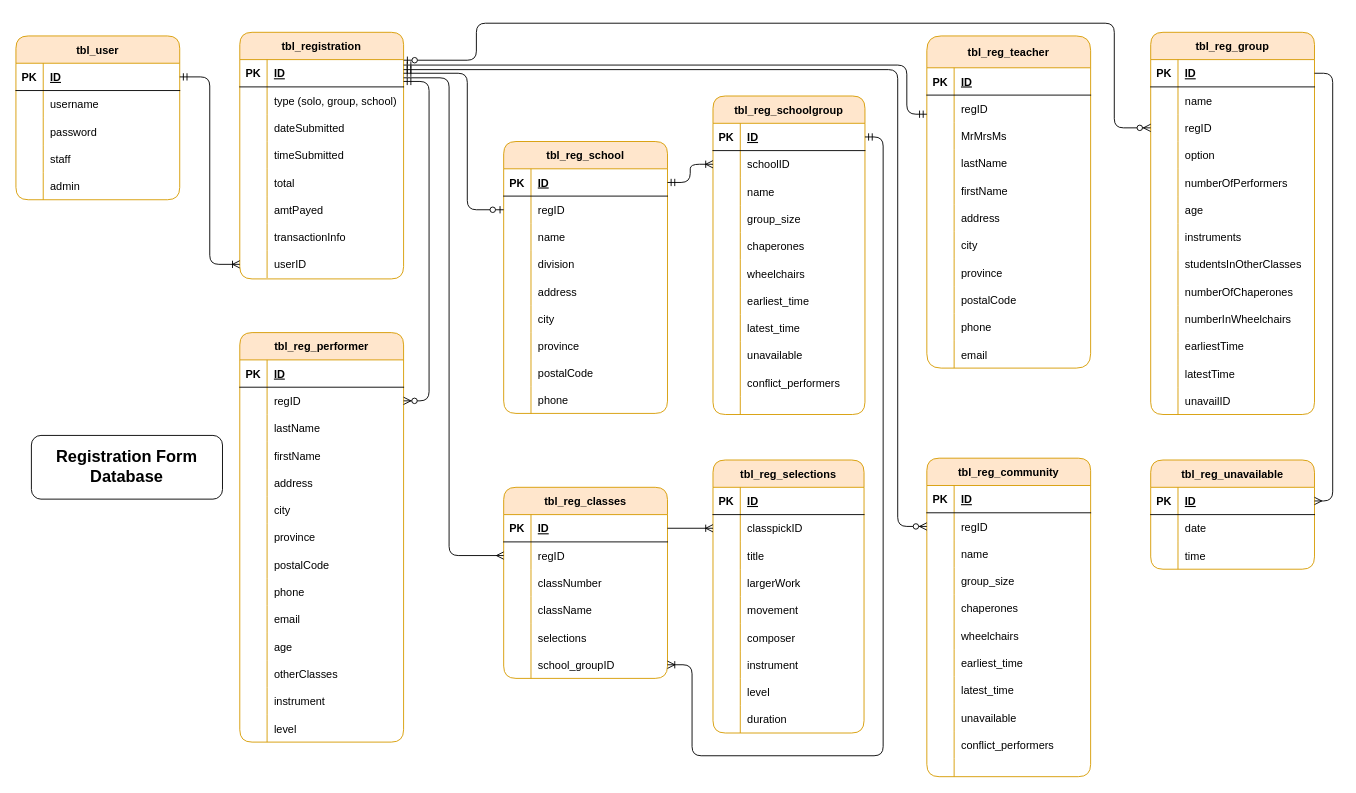
This is page "Page-1" (1 of 3) of class_registration.drawio from davesawatzky/wmf-vite, a draw.io file, before an edit. Source tidied: cells renumbered, new cells numbered last; positions are measured from the earlier drawing's top-left corner, leaving out a move shared by most shapes. Both pictures are drawn from the tidied source at 91%, with x=0, y=0 at pixel (15, 23).
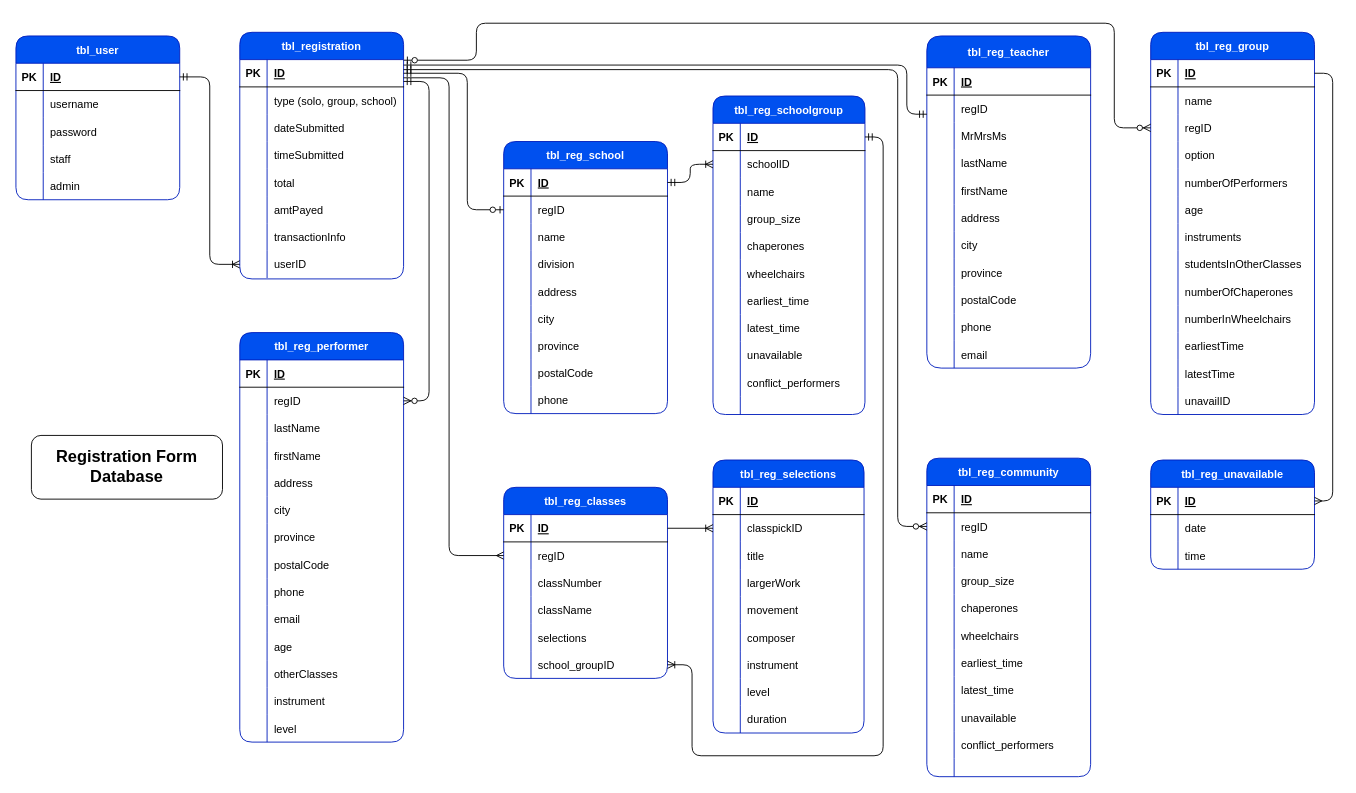
The same page after the edit.

Change to the diagram source:
```diff
@@
-    <mxCell id="2" value="tbl_reg_performer" style="shape=table;startSize=30;childLayout=tableLayout;rowLines=0;fontStyle=1;align=center;fillColor=#ffe6cc;strokeColor=#d79b00;rounded=1;" parent="1" vertex="1">
+    <mxCell id="2" value="tbl_reg_performer" style="shape=table;startSize=30;childLayout=tableLayout;rowLines=0;fontStyle=1;align=center;fillColor=#0050ef;strokeColor=#001DBC;rounded=1;fontColor=#ffffff;" parent="1" vertex="1">
       <mxGeometry x="246" y="340" width="180" height="450" as="geometry" />
     </mxCell>
@@
-    <mxCell id="45" value="tbl_reg_teacher" style="shape=table;startSize=35;childLayout=tableLayout;rowLines=0;fontStyle=1;align=center;fillColor=#ffe6cc;strokeColor=#d79b00;rounded=1;" parent="1" vertex="1">
+    <mxCell id="45" value="tbl_reg_teacher" style="shape=table;startSize=35;childLayout=tableLayout;rowLines=0;fontStyle=1;align=center;fillColor=#0050ef;strokeColor=#001DBC;rounded=1;fontColor=#ffffff;" parent="1" vertex="1">
       <mxGeometry x="1001" y="14" width="180" height="365" as="geometry" />
     </mxCell>
@@
-    <mxCell id="79" value="tbl_reg_group" style="shape=table;startSize=30;childLayout=tableLayout;rowLines=0;fontStyle=1;align=center;fillColor=#ffe6cc;strokeColor=#d79b00;rounded=1;" parent="1" vertex="1">
+    <mxCell id="79" value="tbl_reg_group" style="shape=table;startSize=30;childLayout=tableLayout;rowLines=0;fontStyle=1;align=center;fillColor=#0050ef;strokeColor=#001DBC;rounded=1;fontColor=#ffffff;" parent="1" vertex="1">
       <mxGeometry x="1247" y="10" width="180" height="420" as="geometry" />
     </mxCell>
@@
-    <mxCell id="119" value="tbl_reg_unavailable" style="shape=table;startSize=30;childLayout=tableLayout;rowLines=0;fontStyle=1;align=center;fillColor=#ffe6cc;strokeColor=#d79b00;rounded=1;" parent="1" vertex="1">
+    <mxCell id="119" value="tbl_reg_unavailable" style="shape=table;startSize=30;childLayout=tableLayout;rowLines=0;fontStyle=1;align=center;fillColor=#0050ef;strokeColor=#001DBC;rounded=1;fontColor=#ffffff;" parent="1" vertex="1">
       <mxGeometry x="1247" y="480" width="180" height="120" as="geometry" />
     </mxCell>
@@
-    <mxCell id="129" value="tbl_registration" style="shape=table;startSize=30;childLayout=tableLayout;rowLines=0;fontStyle=1;align=center;rounded=1;fillColor=#ffe6cc;strokeColor=#d79b00;" parent="1" vertex="1">
+    <mxCell id="129" value="tbl_registration" style="shape=table;startSize=30;childLayout=tableLayout;rowLines=0;fontStyle=1;align=center;rounded=1;fillColor=#0050ef;strokeColor=#001DBC;fontColor=#ffffff;" parent="1" vertex="1">
       <mxGeometry x="246" y="10" width="180" height="271" as="geometry" />
     </mxCell>
@@
-    <mxCell id="154" value="tbl_reg_school" style="shape=table;startSize=30;childLayout=tableLayout;rowLines=0;fontStyle=1;align=center;rounded=1;fillColor=#ffe6cc;strokeColor=#d79b00;" parent="1" vertex="1">
-      <mxGeometry x="536" y="130" width="180" height="298.8" as="geometry" />
+    <mxCell id="154" value="tbl_reg_school" style="shape=table;startSize=30;childLayout=tableLayout;rowLines=0;fontStyle=1;align=center;rounded=1;fillColor=#0050ef;strokeColor=#001DBC;fontColor=#ffffff;" parent="1" vertex="1">
+      <mxGeometry x="536" y="130" width="180" height="299" as="geometry" />
     </mxCell>
@@
-    <mxCell id="184" value="tbl_reg_classes" style="shape=table;startSize=30;childLayout=tableLayout;rowLines=0;fontStyle=1;align=center;rounded=1;fillColor=#ffe6cc;strokeColor=#d79b00;" parent="1" vertex="1">
+    <mxCell id="184" value="tbl_reg_classes" style="shape=table;startSize=30;childLayout=tableLayout;rowLines=0;fontStyle=1;align=center;rounded=1;fillColor=#0050ef;strokeColor=#001DBC;fontColor=#ffffff;" parent="1" vertex="1">
       <mxGeometry x="536" y="510" width="180" height="210" as="geometry" />
     </mxCell>
@@
-    <mxCell id="203" value="tbl_reg_selections" style="shape=table;startSize=30;childLayout=tableLayout;rowLines=0;fontStyle=1;align=center;rounded=1;fillColor=#ffe6cc;strokeColor=#d79b00;" parent="1" vertex="1">
+    <mxCell id="203" value="tbl_reg_selections" style="shape=table;startSize=30;childLayout=tableLayout;rowLines=0;fontStyle=1;align=center;rounded=1;fillColor=#0050ef;strokeColor=#001DBC;fontColor=#ffffff;" parent="1" vertex="1">
       <mxGeometry x="766" y="480" width="166" height="300" as="geometry" />
     </mxCell>
@@
-    <mxCell id="236" value="tbl_user" style="shape=table;startSize=30;childLayout=tableLayout;rowLines=0;fontStyle=1;align=center;rounded=1;fillColor=#ffe6cc;strokeColor=#d79b00;" parent="1" vertex="1">
+    <mxCell id="236" value="tbl_user" style="shape=table;startSize=30;childLayout=tableLayout;rowLines=0;fontStyle=1;align=center;rounded=1;fillColor=#0050ef;strokeColor=#001DBC;fontColor=#ffffff;" parent="1" vertex="1">
       <mxGeometry y="14" width="180" height="180" as="geometry" />
     </mxCell>
@@
-    <mxCell id="253" value="tbl_reg_community" style="shape=table;startSize=30;childLayout=tableLayout;rowLines=0;fontStyle=1;align=center;fillColor=#ffe6cc;strokeColor=#d79b00;rounded=1;" parent="1" vertex="1">
+    <mxCell id="253" value="tbl_reg_community" style="shape=table;startSize=30;childLayout=tableLayout;rowLines=0;fontStyle=1;align=center;fillColor=#0050ef;strokeColor=#001DBC;rounded=1;fontColor=#ffffff;" parent="1" vertex="1">
       <mxGeometry x="1001" y="478" width="180" height="350" as="geometry" />
     </mxCell>
@@
-    <mxCell id="287" value="tbl_reg_schoolgroup" style="shape=table;startSize=30;childLayout=tableLayout;rowLines=0;fontStyle=1;align=center;fillColor=#ffe6cc;strokeColor=#d79b00;rounded=1;" parent="1" vertex="1">
+    <mxCell id="287" value="tbl_reg_schoolgroup" style="shape=table;startSize=30;childLayout=tableLayout;rowLines=0;fontStyle=1;align=center;fillColor=#0050ef;strokeColor=#001DBC;rounded=1;fontColor=#ffffff;" parent="1" vertex="1">
       <mxGeometry x="766" y="80" width="167" height="350" as="geometry" />
     </mxCell>
```
